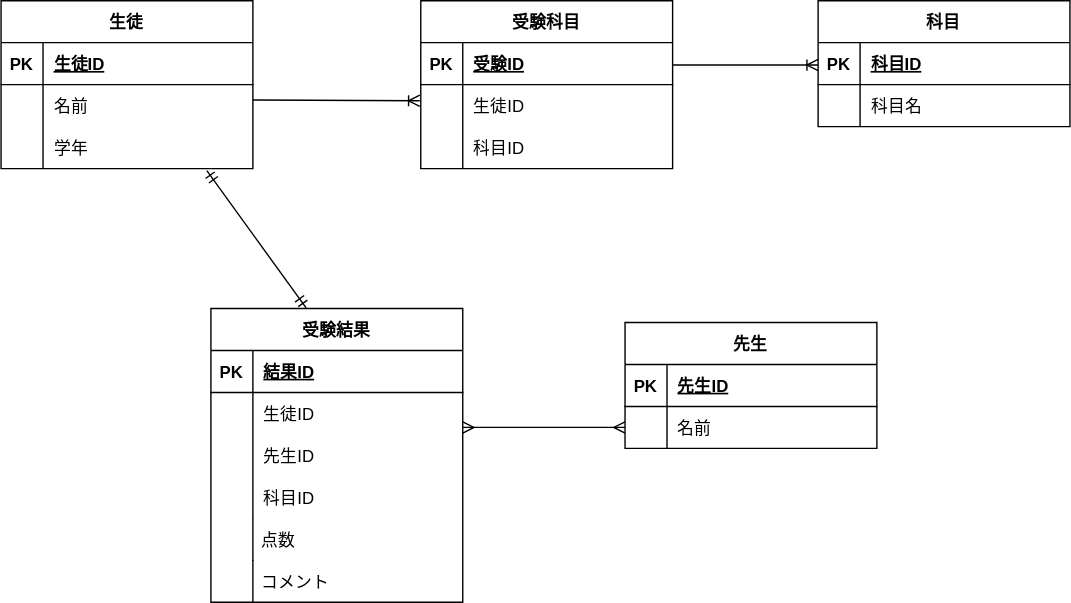
Earlier version of the draw.io export ER.drawio.svg (ohashi3589/20230217_ohashi). Source tidied: cells renumbered, new cells last; positions are measured from the earlier drawing's top-left corner, leaving out a move shared by most shapes.
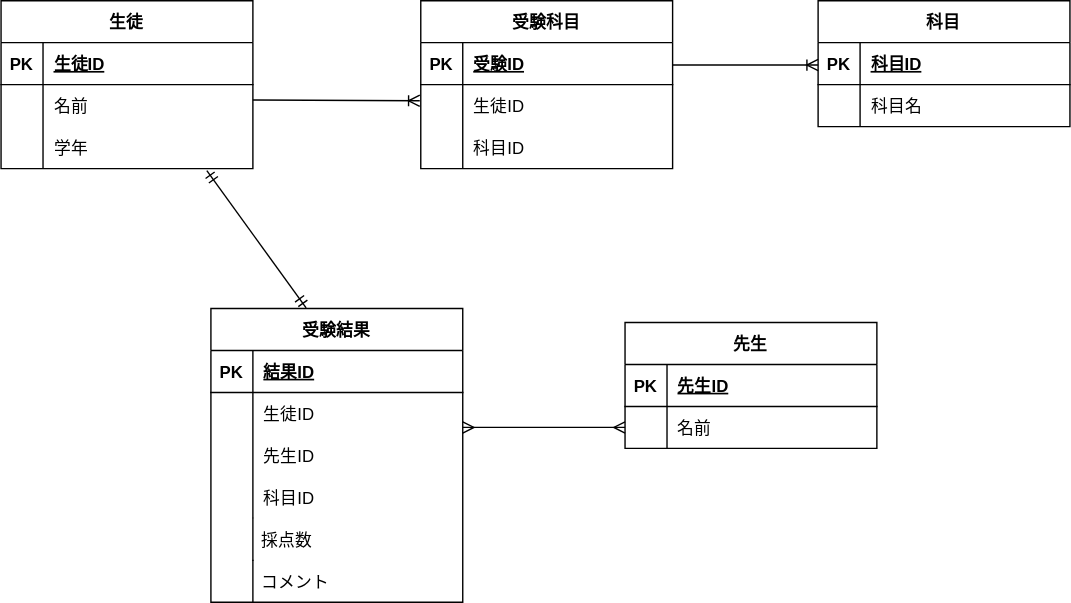
After the commit.

Diff of the diagram source:
```diff
@@ -122,7 +122,7 @@
     <mxCell id="41" value="科目ID" style="shape=partialRectangle;fillColor=none;top=0;left=0;bottom=0;right=0;align=left;spacingLeft=6;overflow=hidden;strokeWidth=1;" parent="39" vertex="1">
       <mxGeometry x="30" width="150" height="30" as="geometry" />
     </mxCell>
-    <mxCell id="42" value=" 点数" style="shape=partialRectangle;fillColor=none;align=left;verticalAlign=middle;strokeColor=none;spacingLeft=34;strokeWidth=1;" parent="1" vertex="1">
+    <mxCell id="42" value="採点数" style="shape=partialRectangle;fillColor=none;align=left;verticalAlign=middle;strokeColor=none;spacingLeft=34;strokeWidth=1;" parent="1" vertex="1">
       <mxGeometry x="150" y="370" width="90" height="30" as="geometry" />
     </mxCell>
     <mxCell id="43" style="shape=partialRectangle;top=0;left=0;bottom=0;fillColor=none;stokeWidth=1;align=left;verticalAlign=middle;spacingLeft=4;spacingRight=4;overflow=hidden;strokeWidth=1;" parent="42" vertex="1">
```
